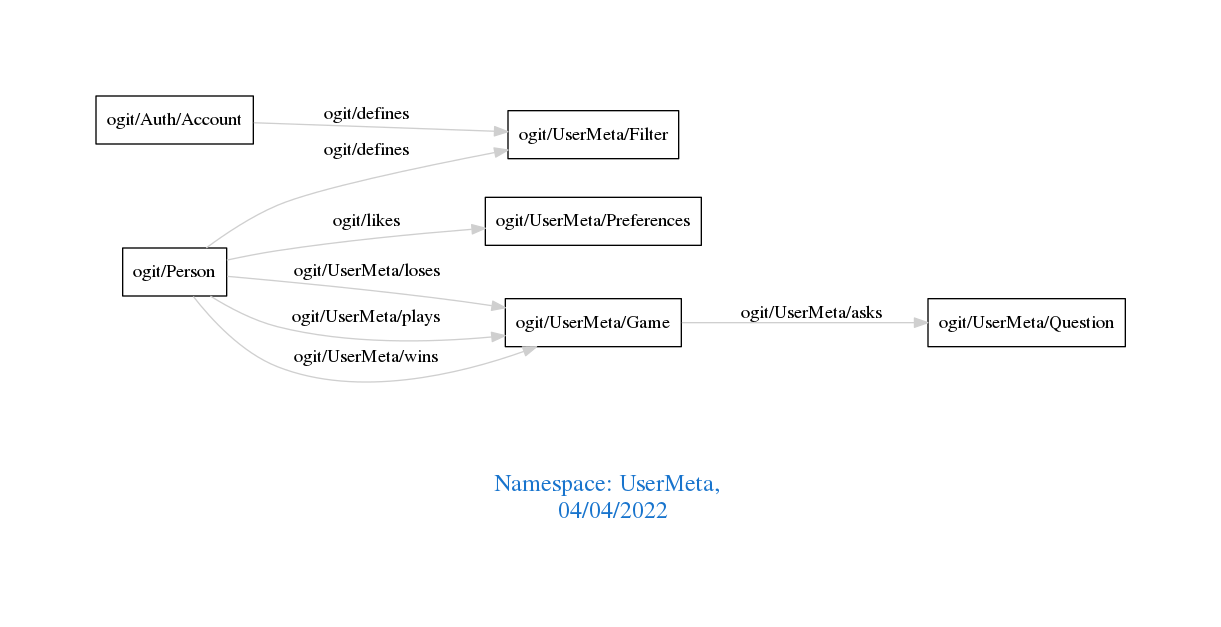
Above: downloads/UserMeta.png in arago/OGIT (Graphviz), before the change. Its source is kept beside it as downloads/UserMeta.dot.
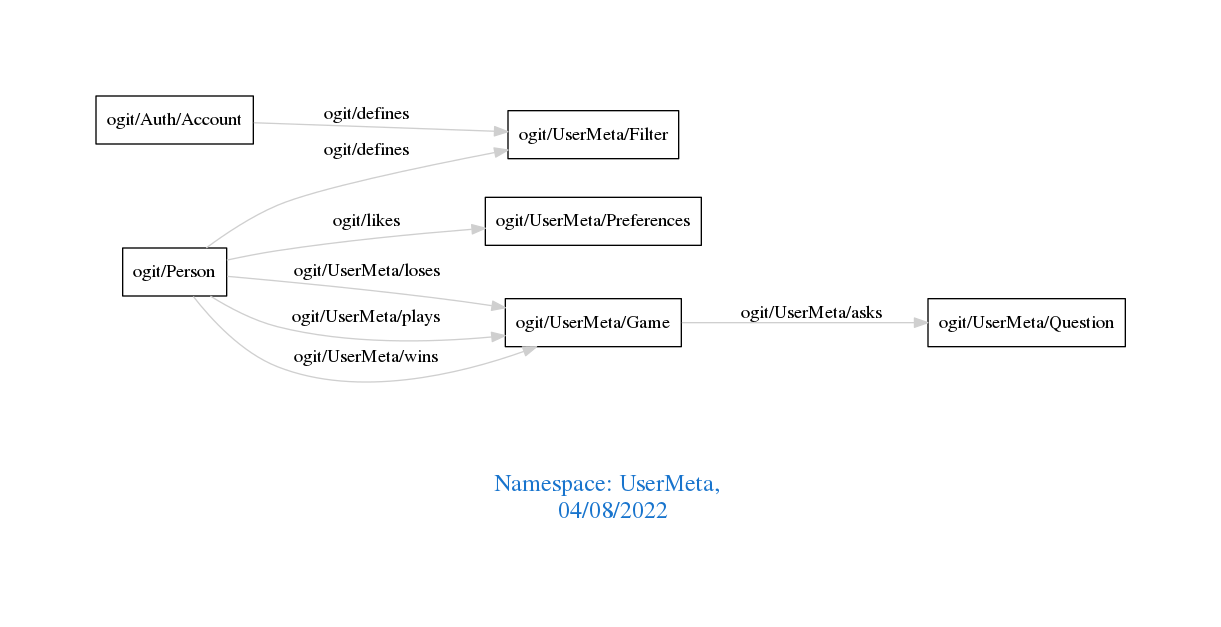
Later version of the same file.

What changed in the source:
```diff
@@ -1,7 +1,7 @@
 digraph OGIT_ontology {
  graph [ rankdir= LR,pad=1
 fontsize = 18,
-fontcolor= dodgerblue3,label = "\n\n\nNamespace: UserMeta, \n 04/04/2022"];
+fontcolor= dodgerblue3,label = "\n\n\nNamespace: UserMeta, \n 04/08/2022"];
 node[shape=polygon];
 edge [  color="gray81"];
 
```
